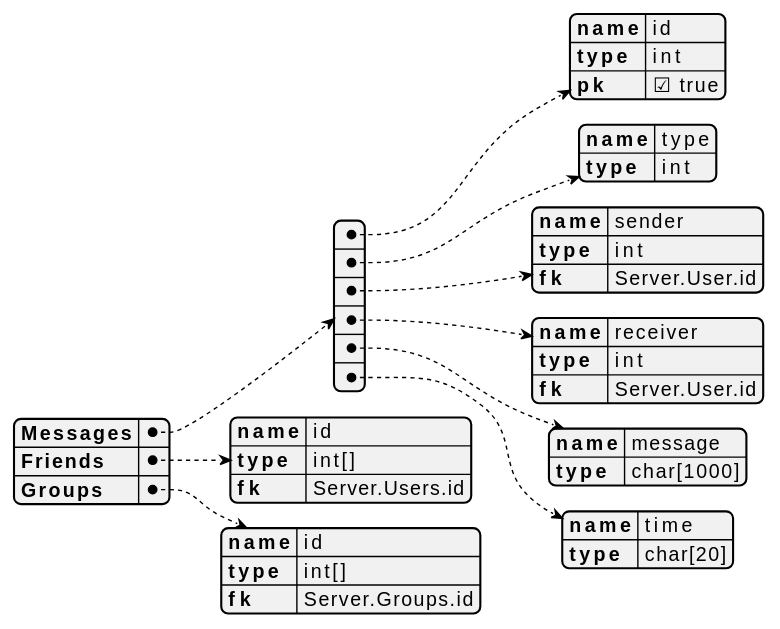
This is out/clientDB.svg from mchlebosz/IPC-Chat-Service, a PlantUML export, as it was before one commit.
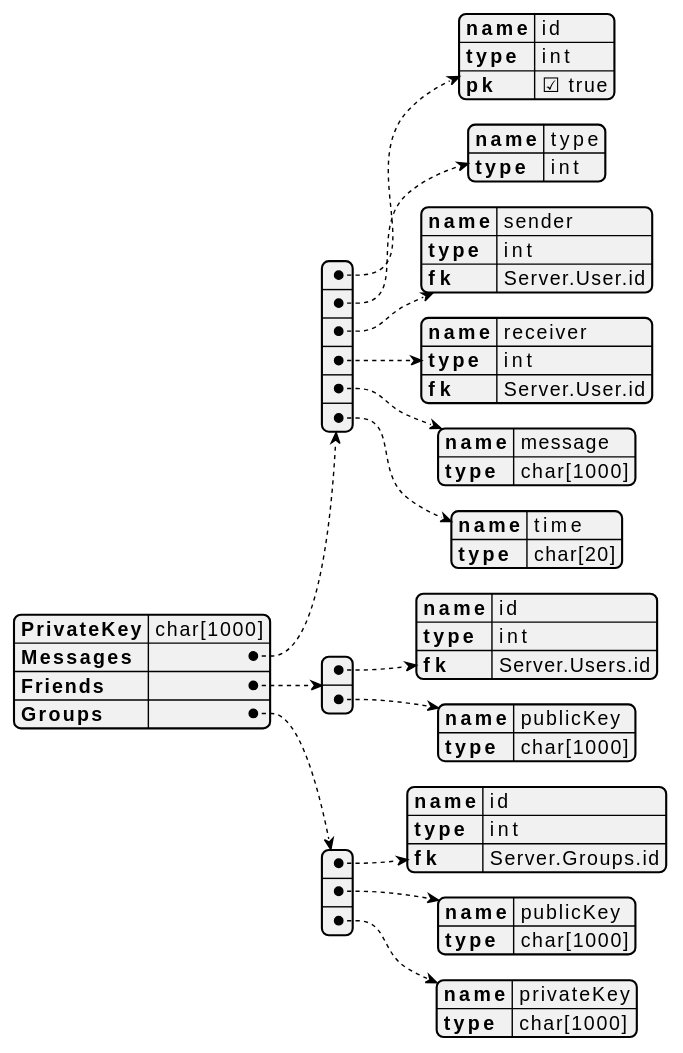
The same file after the commit.

The edit, as a diff of the source:
```diff
@@ -2,6 +2,7 @@
 !theme vibrant from https://raw.githubusercontent.com/plantuml/plantuml/master/themes
 
 {
+    "PrivateKey": "char[1000]",
     "Messages":[
         {
         "name": "id",
@@ -31,15 +32,31 @@
         "type": "char[20]"
         }
     ],
-    "Friends": {
+    "Friends": [
+        {
     "name": "id",
-    "type": "int[]",
+    "type": "int",
     "fk": "Server.Users.id"
-    },
-    "Groups": {
-    "name": "id",
-    "type": "int[]",
-    "fk": "Server.Groups.id"
-    }
+        },
+        {
+    "name": "publicKey",
+    "type": "char[1000]"
+        }
+    ],
+    "Groups": [
+        {
+        "name": "id",
+        "type": "int",
+        "fk": "Server.Groups.id"
+        },
+        {
+        "name": "publicKey",
+        "type": "char[1000]"
+        },
+        {
+        "name": "privateKey",
+        "type": "char[1000]"
+        }
+    ]
 }
 @endjson
```
